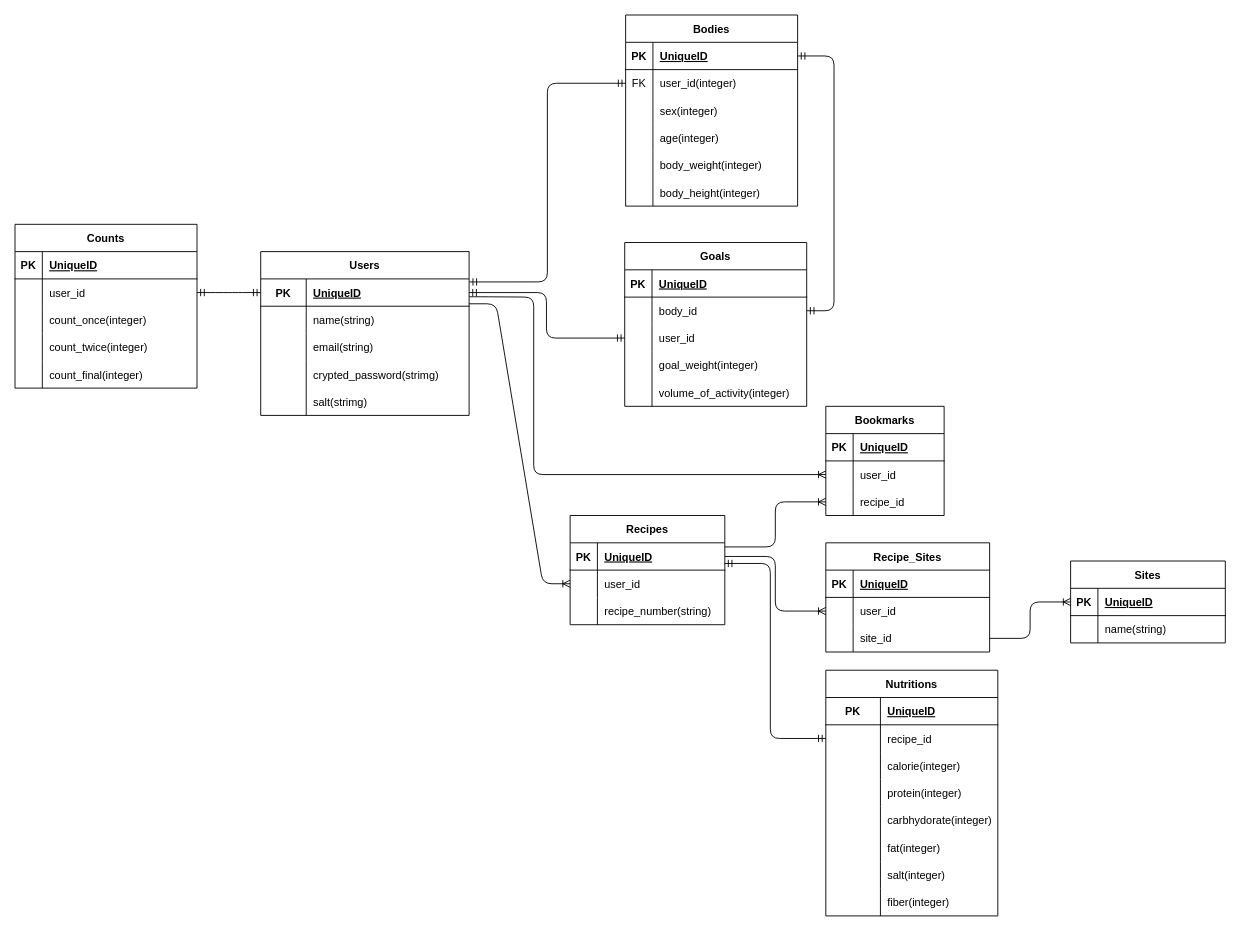
Before: slatrition.drawio in shinotaku1997/slatrition, a draw.io diagram. Source tidied: cells renumbered, new cells numbered last; positions are measured from the earlier drawing's top-left corner, leaving out a move shared by most shapes. Both pictures are drawn from the tidied source at 91%, with x=0, y=0 at pixel (15, 15).
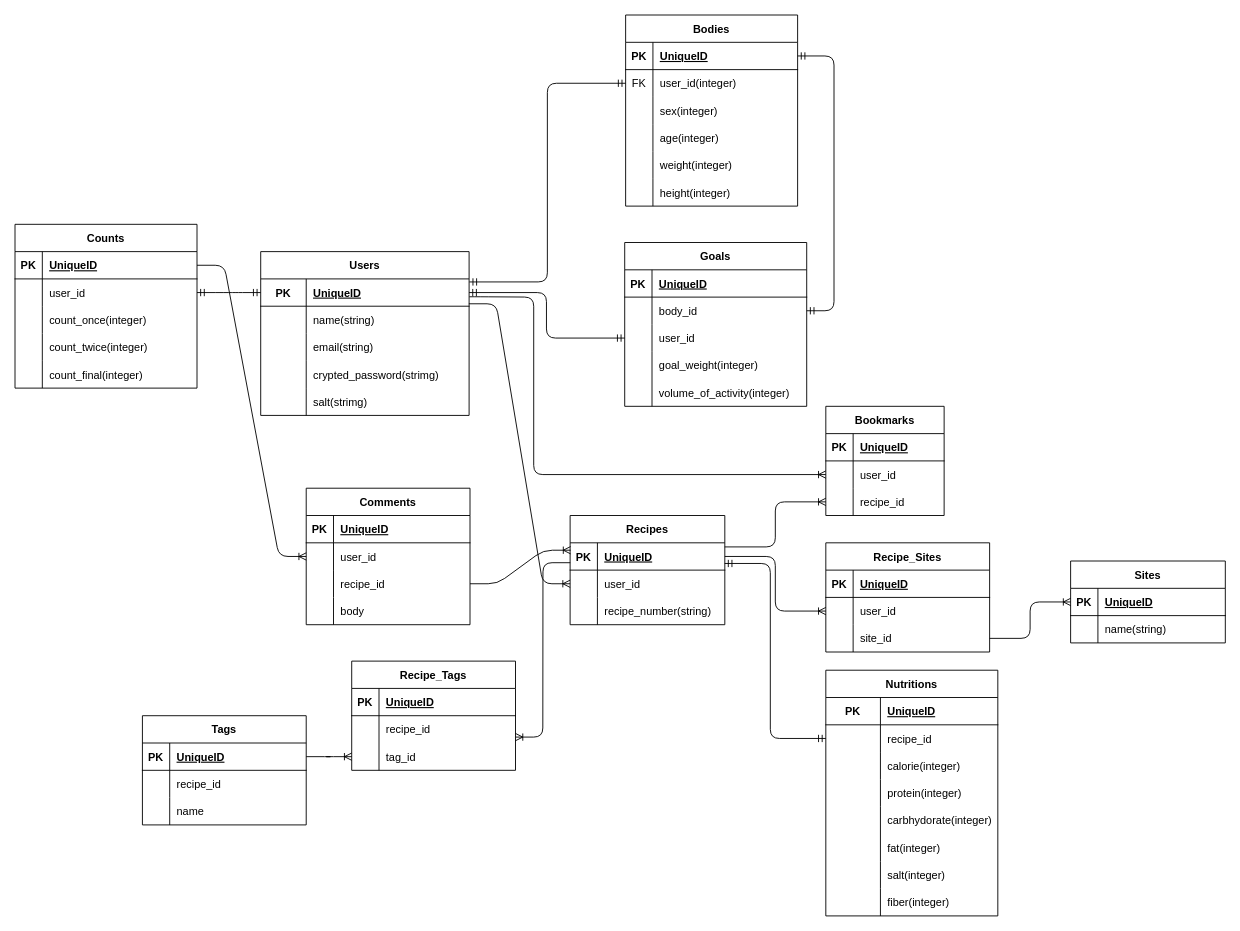
The same diagram, later.

Commit message (it also covers changes not shown here):
Tagテーブル、コメントテーブルの追加

The change refers to these unchanged cells:
```xml
<mxCell id="31" style="shape=tableRow;horizontal=0;startSize=0;swimlaneHead=0;swimlaneBody=0;fillColor=none;top=0;left=0;right=0;bottom=0;" parent="18" vertex="1">
  <mxGeometry y="150" width="189" height="30" as="geometry" />
</mxCell>
<mxCell id="34" style="shape=tableRow;horizontal=0;startSize=0;swimlaneHead=0;swimlaneBody=0;fillColor=none;top=0;left=0;right=0;bottom=0;" parent="18" vertex="1">
  <mxGeometry y="180" width="189" height="30" as="geometry" />
</mxCell>
<mxCell id="64" style="shape=tableRow;horizontal=0;startSize=0;swimlaneHead=0;swimlaneBody=0;fillColor=none;points=[[0,0.5],[1,0.5]];portConstraint=eastwest;top=0;left=0;right=0;bottom=1;" parent="63" vertex="1">
  <mxGeometry y="30" width="170" height="30" as="geometry" />
</mxCell>
<mxCell id="74" style="shape=tableRow;horizontal=0;startSize=0;swimlaneHead=0;swimlaneBody=0;fillColor=none;points=[[0,0.5],[1,0.5]];portConstraint=eastwest;top=0;left=0;right=0;bottom=1;" parent="73" vertex="1">
  <mxGeometry y="30" width="200" height="30" as="geometry" />
</mxCell>
```

Diff of the diagram source:
```diff
@@
-    <mxCell id="33" value="body_weight(integer)" style="shape=partialRectangle;fillColor=none;top=0;left=0;bottom=0;right=0;align=left;spacingLeft=6;overflow=hidden;" parent="31" vertex="1">
+    <mxCell id="33" value="weight(integer)" style="shape=partialRectangle;fillColor=none;top=0;left=0;bottom=0;right=0;align=left;spacingLeft=6;overflow=hidden;" parent="31" vertex="1">
       <mxGeometry x="30" width="159" height="30" as="geometry" />
     </mxCell>
@@
-    <mxCell id="36" value="body_height(integer)" style="shape=partialRectangle;fillColor=none;top=0;left=0;bottom=0;right=0;align=left;spacingLeft=6;overflow=hidden;" parent="34" vertex="1">
+    <mxCell id="36" value="height(integer)" style="shape=partialRectangle;fillColor=none;top=0;left=0;bottom=0;right=0;align=left;spacingLeft=6;overflow=hidden;" parent="34" vertex="1">
       <mxGeometry x="30" width="159" height="30" as="geometry" />
     </mxCell>
@@
+    <mxCell id="141" value="Comments" style="shape=table;startSize=30;childLayout=tableLayout;rowLines=0;fontStyle=1;align=center;" parent="1" vertex="1">
+      <mxGeometry x="320" y="520" width="180" height="150" as="geometry" />
+    </mxCell>
+    <mxCell id="142" style="shape=tableRow;horizontal=0;startSize=0;swimlaneHead=0;swimlaneBody=0;fillColor=none;top=0;left=0;right=0;bottom=1;" parent="141" vertex="1">
+      <mxGeometry y="30" width="180" height="30" as="geometry" />
+    </mxCell>
+    <mxCell id="143" value="PK" style="shape=partialRectangle;fillColor=none;top=0;left=0;bottom=0;right=0;fontStyle=1;overflow=hidden;" parent="142" vertex="1">
+      <mxGeometry width="30" height="30" as="geometry" />
+    </mxCell>
+    <mxCell id="144" value="UniqueID" style="shape=partialRectangle;fillColor=none;top=0;left=0;bottom=0;right=0;align=left;spacingLeft=6;fontStyle=5;overflow=hidden;" parent="142" vertex="1">
+      <mxGeometry x="30" width="150" height="30" as="geometry" />
+    </mxCell>
+    <mxCell id="145" style="shape=tableRow;horizontal=0;startSize=0;swimlaneHead=0;swimlaneBody=0;fillColor=none;points=[[0,0.5],[1,0.5]];portConstraint=eastwest;top=0;left=0;right=0;bottom=0;" parent="141" vertex="1">
+      <mxGeometry y="60" width="180" height="30" as="geometry" />
+    </mxCell>
+    <mxCell id="146" style="shape=partialRectangle;fillColor=none;top=0;left=0;bottom=0;right=0;overflow=hidden;" parent="145" vertex="1">
+      <mxGeometry width="30" height="30" as="geometry" />
+    </mxCell>
+    <mxCell id="147" value="user_id" style="shape=partialRectangle;fillColor=none;top=0;left=0;bottom=0;right=0;align=left;spacingLeft=6;overflow=hidden;" parent="145" vertex="1">
+      <mxGeometry x="30" width="150" height="30" as="geometry" />
+    </mxCell>
+    <mxCell id="148" style="shape=tableRow;horizontal=0;startSize=0;swimlaneHead=0;swimlaneBody=0;fillColor=none;points=[[0,0.5],[1,0.5]];portConstraint=eastwest;top=0;left=0;right=0;bottom=0;" parent="141" vertex="1">
+      <mxGeometry y="90" width="180" height="30" as="geometry" />
+    </mxCell>
+    <mxCell id="149" style="shape=partialRectangle;fillColor=none;top=0;left=0;bottom=0;right=0;overflow=hidden;" parent="148" vertex="1">
+      <mxGeometry width="30" height="30" as="geometry" />
+    </mxCell>
+    <mxCell id="150" value="recipe_id" style="shape=partialRectangle;fillColor=none;top=0;left=0;bottom=0;right=0;align=left;spacingLeft=6;overflow=hidden;" parent="148" vertex="1">
+      <mxGeometry x="30" width="150" height="30" as="geometry" />
+    </mxCell>
+    <mxCell id="151" style="shape=tableRow;horizontal=0;startSize=0;swimlaneHead=0;swimlaneBody=0;fillColor=none;top=0;left=0;right=0;bottom=0;" parent="141" vertex="1">
+      <mxGeometry y="120" width="180" height="30" as="geometry" />
+    </mxCell>
+    <mxCell id="152" style="shape=partialRectangle;fillColor=none;top=0;left=0;bottom=0;right=0;overflow=hidden;" parent="151" vertex="1">
+      <mxGeometry width="30" height="30" as="geometry" />
+    </mxCell>
+    <mxCell id="153" value="body" style="shape=partialRectangle;fillColor=none;top=0;left=0;bottom=0;right=0;align=left;spacingLeft=6;overflow=hidden;" parent="151" vertex="1">
+      <mxGeometry x="30" width="150" height="30" as="geometry" />
+    </mxCell>
+    <mxCell id="154" value="Tags" style="shape=table;startSize=30;childLayout=tableLayout;rowLines=0;fontStyle=1;align=center;" parent="1" vertex="1">
+      <mxGeometry x="140" y="770" width="180" height="120" as="geometry" />
+    </mxCell>
+    <mxCell id="155" style="shape=tableRow;horizontal=0;startSize=0;swimlaneHead=0;swimlaneBody=0;fillColor=none;points=[[0,0.5],[1,0.5]];portConstraint=eastwest;top=0;left=0;right=0;bottom=1;" parent="154" vertex="1">
+      <mxGeometry y="30" width="180" height="30" as="geometry" />
+    </mxCell>
+    <mxCell id="156" value="PK" style="shape=partialRectangle;fillColor=none;top=0;left=0;bottom=0;right=0;fontStyle=1;overflow=hidden;" parent="155" vertex="1">
+      <mxGeometry width="30" height="30" as="geometry" />
+    </mxCell>
+    <mxCell id="157" value="UniqueID" style="shape=partialRectangle;fillColor=none;top=0;left=0;bottom=0;right=0;align=left;spacingLeft=6;fontStyle=5;overflow=hidden;" parent="155" vertex="1">
+      <mxGeometry x="30" width="150" height="30" as="geometry" />
+    </mxCell>
+    <mxCell id="158" style="shape=tableRow;horizontal=0;startSize=0;swimlaneHead=0;swimlaneBody=0;fillColor=none;top=0;left=0;right=0;bottom=0;" parent="154" vertex="1">
+      <mxGeometry y="60" width="180" height="30" as="geometry" />
+    </mxCell>
+    <mxCell id="159" style="shape=partialRectangle;fillColor=none;top=0;left=0;bottom=0;right=0;overflow=hidden;" parent="158" vertex="1">
+      <mxGeometry width="30" height="30" as="geometry" />
+    </mxCell>
+    <mxCell id="160" value="recipe_id" style="shape=partialRectangle;fillColor=none;top=0;left=0;bottom=0;right=0;align=left;spacingLeft=6;overflow=hidden;" parent="158" vertex="1">
+      <mxGeometry x="30" width="150" height="30" as="geometry" />
+    </mxCell>
+    <mxCell id="161" style="shape=tableRow;horizontal=0;startSize=0;swimlaneHead=0;swimlaneBody=0;fillColor=none;top=0;left=0;right=0;bottom=0;" parent="154" vertex="1">
+      <mxGeometry y="90" width="180" height="30" as="geometry" />
+    </mxCell>
+    <mxCell id="162" style="shape=partialRectangle;fillColor=none;top=0;left=0;bottom=0;right=0;overflow=hidden;" parent="161" vertex="1">
+      <mxGeometry width="30" height="30" as="geometry" />
+    </mxCell>
+    <mxCell id="163" value="name" style="shape=partialRectangle;fillColor=none;top=0;left=0;bottom=0;right=0;align=left;spacingLeft=6;overflow=hidden;" parent="161" vertex="1">
+      <mxGeometry x="30" width="150" height="30" as="geometry" />
+    </mxCell>
+    <mxCell id="164" value="Recipe_Tags" style="shape=table;startSize=30;childLayout=tableLayout;rowLines=0;fontStyle=1;align=center;" parent="1" vertex="1">
+      <mxGeometry x="370" y="710" width="180" height="120" as="geometry" />
+    </mxCell>
+    <mxCell id="165" style="shape=tableRow;horizontal=0;startSize=0;swimlaneHead=0;swimlaneBody=0;fillColor=none;top=0;left=0;right=0;bottom=1;" parent="164" vertex="1">
+      <mxGeometry y="30" width="180" height="30" as="geometry" />
+    </mxCell>
+    <mxCell id="166" value="PK" style="shape=partialRectangle;fillColor=none;top=0;left=0;bottom=0;right=0;fontStyle=1;overflow=hidden;" parent="165" vertex="1">
+      <mxGeometry width="30" height="30" as="geometry" />
+    </mxCell>
+    <mxCell id="167" value="UniqueID" style="shape=partialRectangle;fillColor=none;top=0;left=0;bottom=0;right=0;align=left;spacingLeft=6;fontStyle=5;overflow=hidden;" parent="165" vertex="1">
+      <mxGeometry x="30" width="150" height="30" as="geometry" />
+    </mxCell>
+    <mxCell id="168" style="shape=tableRow;horizontal=0;startSize=0;swimlaneHead=0;swimlaneBody=0;fillColor=none;points=[[0,0.5],[1,0.5]];portConstraint=eastwest;top=0;left=0;right=0;bottom=0;" parent="164" vertex="1">
+      <mxGeometry y="60" width="180" height="30" as="geometry" />
+    </mxCell>
+    <mxCell id="169" style="shape=partialRectangle;fillColor=none;top=0;left=0;bottom=0;right=0;overflow=hidden;" parent="168" vertex="1">
+      <mxGeometry width="30" height="30" as="geometry" />
+    </mxCell>
+    <mxCell id="170" value="recipe_id" style="shape=partialRectangle;fillColor=none;top=0;left=0;bottom=0;right=0;align=left;spacingLeft=6;overflow=hidden;" parent="168" vertex="1">
+      <mxGeometry x="30" width="150" height="30" as="geometry" />
+    </mxCell>
+    <mxCell id="171" style="shape=tableRow;horizontal=0;startSize=0;swimlaneHead=0;swimlaneBody=0;fillColor=none;points=[[0,0.5],[1,0.5]];portConstraint=eastwest;top=0;left=0;right=0;bottom=0;" parent="164" vertex="1">
+      <mxGeometry y="90" width="180" height="30" as="geometry" />
+    </mxCell>
+    <mxCell id="172" style="shape=partialRectangle;fillColor=none;top=0;left=0;bottom=0;right=0;overflow=hidden;" parent="171" vertex="1">
+      <mxGeometry width="30" height="30" as="geometry" />
+    </mxCell>
+    <mxCell id="173" value="tag_id" style="shape=partialRectangle;fillColor=none;top=0;left=0;bottom=0;right=0;align=left;spacingLeft=6;overflow=hidden;" parent="171" vertex="1">
+      <mxGeometry x="30" width="150" height="30" as="geometry" />
+    </mxCell>
+    <mxCell id="174" style="edgeStyle=entityRelationEdgeStyle;fontSize=12;html=1;endArrow=ERoneToMany;entryX=0;entryY=0.5;entryDx=0;entryDy=0;exitX=1;exitY=0.5;exitDx=0;exitDy=0;" parent="1" edge="1" source="155" target="171">
+      <mxGeometry relative="1" as="geometry" />
+    </mxCell>
+    <mxCell id="175" style="edgeStyle=entityRelationEdgeStyle;fontSize=12;html=1;endArrow=ERoneToMany;exitX=0.001;exitY=0.729;exitDx=0;exitDy=0;entryX=1;entryY=0.783;entryDx=0;entryDy=0;entryPerimeter=0;exitPerimeter=0;" parent="1" edge="1" source="64" target="168">
+      <mxGeometry relative="1" as="geometry" />
+    </mxCell>
+    <mxCell id="176" style="edgeStyle=entityRelationEdgeStyle;fontSize=12;html=1;endArrow=ERoneToMany;exitX=1;exitY=0.5;exitDx=0;exitDy=0;entryX=0;entryY=0.5;entryDx=0;entryDy=0;" parent="1" edge="1" source="74" target="145">
+      <mxGeometry relative="1" as="geometry" />
+    </mxCell>
+    <mxCell id="177" style="edgeStyle=entityRelationEdgeStyle;fontSize=12;html=1;endArrow=ERoneToMany;exitX=1;exitY=0.5;exitDx=0;exitDy=0;entryX=0.003;entryY=0.271;entryDx=0;entryDy=0;entryPerimeter=0;" parent="1" edge="1" source="148" target="64">
+      <mxGeometry relative="1" as="geometry" />
+    </mxCell>
```
